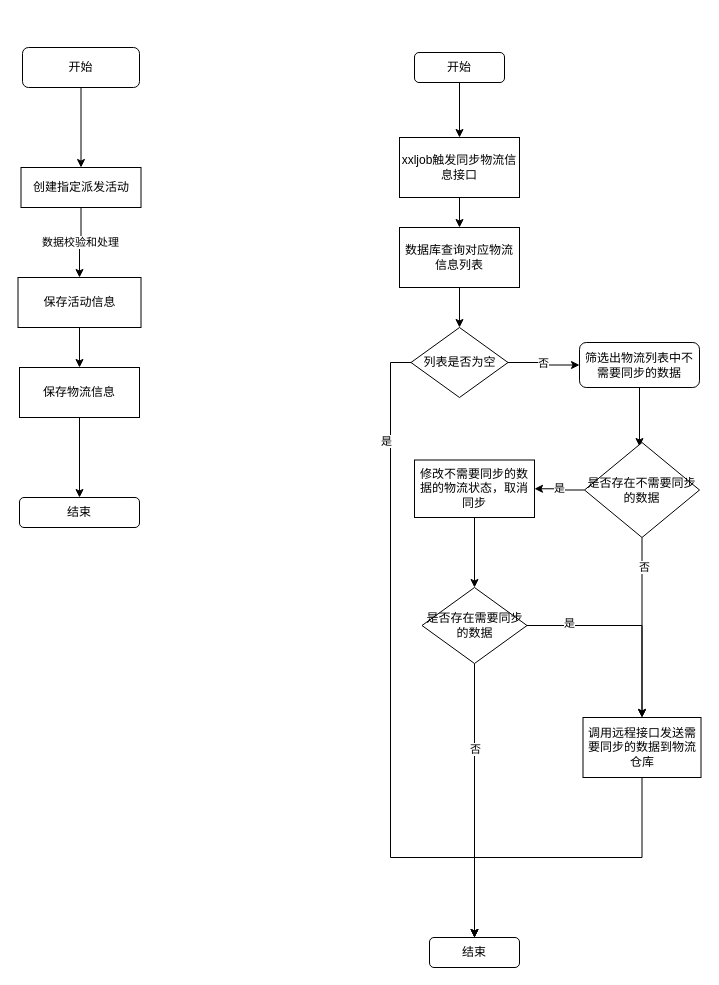
Earlier version of the draw.io diagram Untitled Diagram.drawio (17864293318/document). Source tidied: cells renumbered, new cells numbered last; positions are measured from the earlier drawing's top-left corner, leaving out a move shared by most shapes. Both pictures are drawn from the tidied source at 100%, with x=0, y=0 at pixel (17, 47).
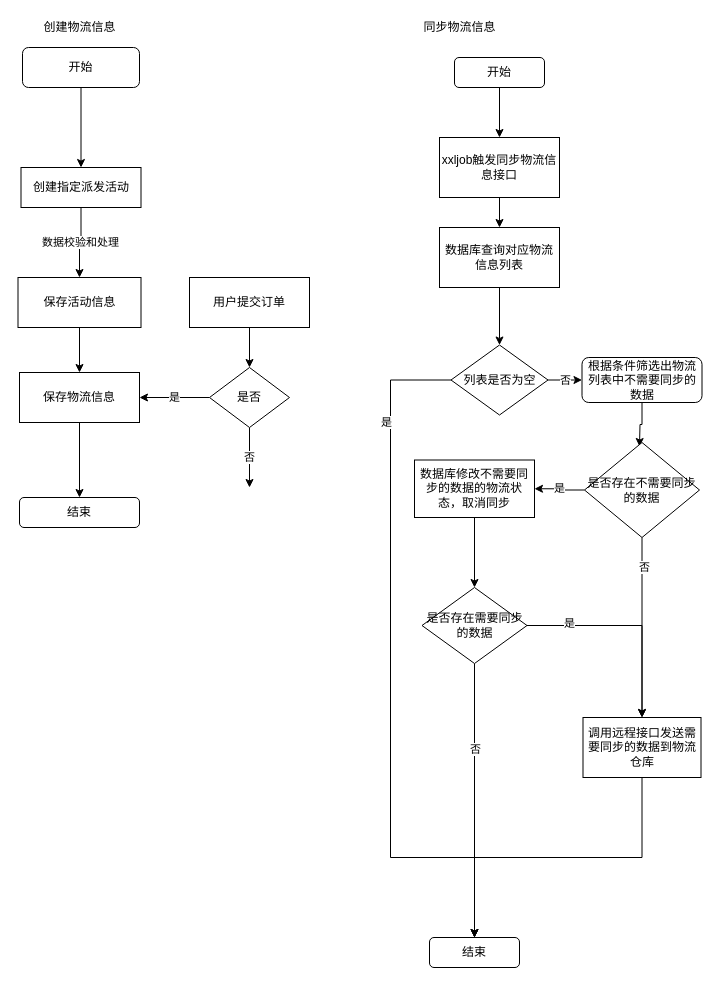
Above is the later version.

Unchanged cells that the change refers to:
```xml
<mxCell id="21" value="结束" style="rounded=1;whiteSpace=wrap;html=1;" parent="1" vertex="1">
  <mxGeometry x="412" y="890" width="90" height="30" as="geometry" />
</mxCell>
```

What changed in the source:
```diff
@@
     <mxCell id="7" value="保存物流信息" style="rounded=0;whiteSpace=wrap;html=1;" parent="1" vertex="1">
-      <mxGeometry x="2" y="320" width="120" height="50" as="geometry" />
+      <mxGeometry x="2" y="325" width="120" height="50" as="geometry" />
     </mxCell>
@@
     <mxCell id="12" value="开始" style="rounded=1;whiteSpace=wrap;html=1;" parent="1" vertex="1">
-      <mxGeometry x="397" y="5" width="90" height="30" as="geometry" />
+      <mxGeometry x="437" y="10" width="90" height="30" as="geometry" />
     </mxCell>
@@
     <mxCell id="14" value="xxljob触发同步物流信息接口" style="rounded=0;whiteSpace=wrap;html=1;" parent="1" vertex="1">
-      <mxGeometry x="382" y="90" width="120" height="60" as="geometry" />
+      <mxGeometry x="422" y="90" width="120" height="60" as="geometry" />
     </mxCell>
@@
     <mxCell id="16" value="数据库查询对应物流信息列表" style="rounded=0;whiteSpace=wrap;html=1;" parent="1" vertex="1">
-      <mxGeometry x="382" y="180" width="120" height="60" as="geometry" />
+      <mxGeometry x="422" y="180" width="120" height="60" as="geometry" />
     </mxCell>
     <mxCell id="17" style="edgeStyle=orthogonalEdgeStyle;rounded=0;jettySize=auto;html=1;exitX=0;exitY=0.5;exitDx=0;exitDy=0;" parent="1" edge="1" source="20" target="21">
       <mxGeometry relative="1" as="geometry">
         <Array as="points">
-          <mxPoint x="373" y="315" />
+          <mxPoint x="373" y="333" />
           <mxPoint x="373" y="810" />
           <mxPoint x="457" y="810" />
         </Array>
       </mxGeometry>
     </mxCell>
@@
     <mxCell id="20" value="列表是否为空" style="rhombus;whiteSpace=wrap;html=1;" parent="1" vertex="1">
-      <mxGeometry x="393.5" y="280" width="97" height="70" as="geometry" />
+      <mxGeometry x="433.5" y="297.5" width="97" height="70" as="geometry" />
     </mxCell>
@@
-    <mxCell id="23" value="筛选出物流列表中不需要同步的数据" style="rounded=1;whiteSpace=wrap;html=1;" parent="1" vertex="1">
-      <mxGeometry x="562" y="295" width="120" height="45" as="geometry" />
+    <mxCell id="23" value="根据条件筛选出物流列表中不需要同步的数据" style="rounded=1;whiteSpace=wrap;html=1;" parent="1" vertex="1">
+      <mxGeometry x="564.5" y="310" width="120" height="45" as="geometry" />
     </mxCell>
@@
-    <mxCell id="31" value="修改不需要同步的数据的物流状态，取消同步" style="rounded=0;whiteSpace=wrap;html=1;" parent="1" vertex="1">
+    <mxCell id="31" value="数据库修改不需要同步的数据的物流状态，取消同步" style="rounded=0;whiteSpace=wrap;html=1;" parent="1" vertex="1">
       <mxGeometry x="397" y="412.5" width="120" height="57.5" as="geometry" />
     </mxCell>
@@
+    <mxCell id="38" style="edgeStyle=orthogonalEdgeStyle;rounded=0;jettySize=auto;html=1;exitX=0.5;exitY=1;exitDx=0;exitDy=0;entryX=0.5;entryY=0;entryDx=0;entryDy=0;" parent="1" edge="1" source="39" target="42">
+      <mxGeometry relative="1" as="geometry" />
+    </mxCell>
+    <mxCell id="39" value="用户提交订单" style="rounded=0;whiteSpace=wrap;html=1;" parent="1" vertex="1">
+      <mxGeometry x="172" y="230" width="120" height="50" as="geometry" />
+    </mxCell>
+    <mxCell id="40" value="是" style="edgeStyle=orthogonalEdgeStyle;rounded=0;jettySize=auto;html=1;" parent="1" edge="1" source="42" target="7">
+      <mxGeometry relative="1" as="geometry" />
+    </mxCell>
+    <mxCell id="41" value="否" style="edgeStyle=orthogonalEdgeStyle;rounded=0;jettySize=auto;html=1;exitX=0.5;exitY=1;exitDx=0;exitDy=0;" parent="1" edge="1" source="42">
+      <mxGeometry relative="1" as="geometry">
+        <mxPoint x="232" y="440" as="targetPoint" />
+      </mxGeometry>
+    </mxCell>
+    <mxCell id="42" value="是否" style="rhombus;whiteSpace=wrap;html=1;" parent="1" vertex="1">
+      <mxGeometry x="192" y="320" width="80" height="60" as="geometry" />
+    </mxCell>
+    <mxCell id="43" value="创建物流信息" style="text;html=1;align=center;verticalAlign=middle;" parent="1" vertex="1">
+      <mxGeometry x="17" y="-30" width="90" height="20" as="geometry" />
+    </mxCell>
+    <mxCell id="44" value="同步物流信息" style="text;html=1;align=center;verticalAlign=middle;" parent="1" vertex="1">
+      <mxGeometry x="397" y="-30" width="90" height="20" as="geometry" />
+    </mxCell>
```
